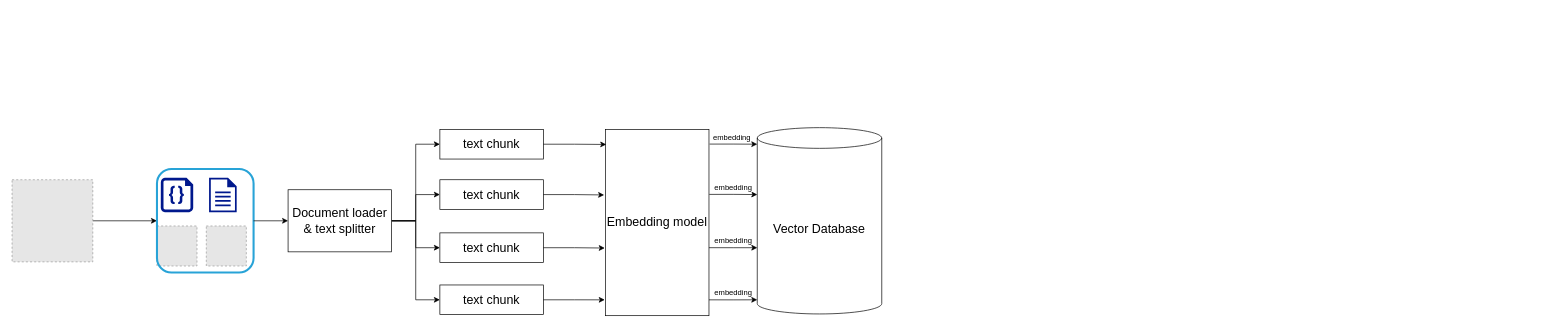
The draw.io diagram RAG_workflow.drawio in yzhan-met/yzhan-ml-docs, before the edit. Source tidied: cells renumbered, new cells numbered last; positions are measured from the earlier drawing's top-left corner, leaving out a move shared by most shapes. Both pictures are drawn from the tidied source at 69%, with x=0, y=0 at pixel (12, 128). Pictures stored in the file or linked from it are replaced by grey dashed boxes.
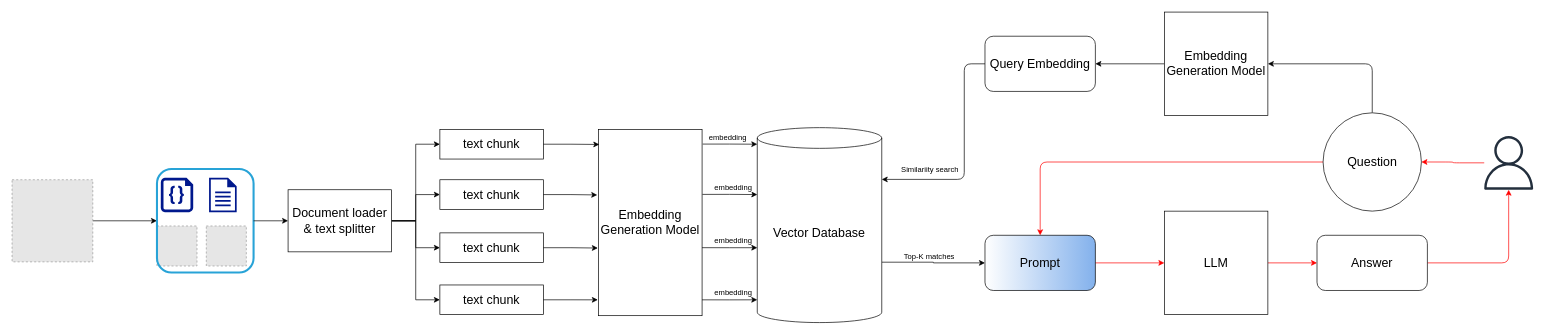
The same diagram, later.

What changed in the source:
```diff
@@
-    <mxCell id="25" value="Embedding model" style="rounded=0;whiteSpace=wrap;html=1;fontSize=18;" parent="1" vertex="1">
-      <mxGeometry x="860" y="2" width="150" height="270" as="geometry" />
+    <mxCell id="25" value="Embedding Generation M&lt;span style=&quot;background-color: initial;&quot;&gt;odel&lt;/span&gt;" style="rounded=0;whiteSpace=wrap;html=1;fontSize=18;" parent="1" vertex="1">
+      <mxGeometry x="850" y="2" width="150" height="270" as="geometry" />
     </mxCell>
@@
+    <mxCell id="34" style="edgeStyle=orthogonalEdgeStyle;rounded=0;jettySize=auto;html=1;entryX=0;entryY=0.5;entryDx=0;entryDy=0;exitX=1;exitY=0;exitDx=0;exitDy=195;exitPerimeter=0;" parent="1" edge="1" source="30" target="51">
+      <mxGeometry relative="1" as="geometry" />
+    </mxCell>
+    <mxCell id="35" value="Top-K matches" style="edgeLabel;html=1;align=center;verticalAlign=middle;" parent="34" vertex="1">
+      <mxGeometry x="-0.43" y="3" relative="1" as="geometry">
+        <mxPoint x="25" y="-6" as="offset" />
+      </mxGeometry>
+    </mxCell>
     <mxCell id="30" value="&lt;font style=&quot;font-size: 18px;&quot;&gt;Vector Database&lt;/font&gt;" style="shape=cylinder3;whiteSpace=wrap;html=1;boundedLbl=1;backgroundOutline=1;size=15;" parent="1" vertex="1">
-      <mxGeometry x="1080" y="-0.5" width="180.4" height="270" as="geometry" />
+      <mxGeometry x="1080" y="-0.5" width="180.4" height="282.5" as="geometry" />
     </mxCell>
@@
+    <mxCell id="36" style="edgeStyle=orthogonalEdgeStyle;rounded=1;jettySize=auto;html=1;entryX=1;entryY=0.5;entryDx=0;entryDy=0;strokeColor=#FF0000;curved=0;" parent="1" edge="1" source="37" target="40">
+      <mxGeometry relative="1" as="geometry" />
+    </mxCell>
+    <mxCell id="37" style="sketch=0;outlineConnect=0;fontColor=#232F3E;gradientColor=none;fillColor=#232F3D;strokeColor=none;dashed=0;verticalLabelPosition=bottom;verticalAlign=top;align=center;html=1;fontSize=12;fontStyle=0;shape=mxgraph.aws4.user;" parent="1" vertex="1">
+      <mxGeometry x="2130" y="11.5" width="78" height="78" as="geometry" />
+    </mxCell>
+    <mxCell id="38" style="edgeStyle=orthogonalEdgeStyle;rounded=1;jettySize=auto;html=1;entryX=1;entryY=0.5;entryDx=0;entryDy=0;curved=0;" parent="1" edge="1" source="40" target="42">
+      <mxGeometry relative="1" as="geometry">
+        <Array as="points">
+          <mxPoint x="1971" y="-93" />
+        </Array>
+      </mxGeometry>
+    </mxCell>
+    <mxCell id="39" style="edgeStyle=orthogonalEdgeStyle;rounded=1;jettySize=auto;html=1;entryX=0.5;entryY=0;entryDx=0;entryDy=0;fillColor=#f8cecc;strokeColor=#FF0000;curved=0;" parent="1" edge="1" source="40" target="51">
+      <mxGeometry relative="1" as="geometry" />
+    </mxCell>
+    <mxCell id="40" value="Question" style="ellipse;whiteSpace=wrap;html=1;fontSize=18;" parent="1" vertex="1">
+      <mxGeometry x="1900" y="-22" width="142.5" height="142.5" as="geometry" />
+    </mxCell>
+    <mxCell id="41" style="edgeStyle=orthogonalEdgeStyle;rounded=0;jettySize=auto;html=1;entryX=1;entryY=0.5;entryDx=0;entryDy=0;" parent="1" edge="1" source="42" target="43">
+      <mxGeometry relative="1" as="geometry" />
+    </mxCell>
+    <mxCell id="42" value="Embedding Generation M&lt;span style=&quot;background-color: initial;&quot;&gt;odel&lt;/span&gt;" style="rounded=0;whiteSpace=wrap;html=1;fontSize=18;" parent="1" vertex="1">
+      <mxGeometry x="1670" y="-168" width="150" height="150" as="geometry" />
+    </mxCell>
+    <mxCell id="43" value="&lt;font style=&quot;font-size: 18px;&quot;&gt;Query Embedding&lt;/font&gt;" style="rounded=1;whiteSpace=wrap;html=1;" parent="1" vertex="1">
+      <mxGeometry x="1410" y="-133" width="160" height="80" as="geometry" />
+    </mxCell>
+    <mxCell id="44" style="edgeStyle=orthogonalEdgeStyle;rounded=1;jettySize=auto;html=1;entryX=1;entryY=0;entryDx=0;entryDy=75;entryPerimeter=0;curved=0;" parent="1" edge="1" source="43" target="30">
+      <mxGeometry relative="1" as="geometry">
+        <Array as="points">
+          <mxPoint x="1380" y="-93" />
+          <mxPoint x="1380" y="75" />
+        </Array>
+      </mxGeometry>
+    </mxCell>
+    <mxCell id="45" value="Similariity search" style="edgeLabel;html=1;align=center;verticalAlign=middle;" parent="44" vertex="1">
+      <mxGeometry x="0.49" y="-3" relative="1" as="geometry">
+        <mxPoint x="-12" y="-12" as="offset" />
+      </mxGeometry>
+    </mxCell>
+    <mxCell id="46" style="edgeStyle=orthogonalEdgeStyle;rounded=0;jettySize=auto;html=1;strokeColor=#FF0000;" parent="1" edge="1" source="47" target="49">
+      <mxGeometry relative="1" as="geometry" />
+    </mxCell>
+    <mxCell id="47" value="LLM" style="rounded=0;whiteSpace=wrap;html=1;fontSize=18;" parent="1" vertex="1">
+      <mxGeometry x="1670" y="120.5" width="150" height="150" as="geometry" />
+    </mxCell>
+    <mxCell id="48" style="edgeStyle=orthogonalEdgeStyle;rounded=1;jettySize=auto;html=1;strokeColor=#FF0000;curved=0;" parent="1" edge="1" source="49" target="37">
+      <mxGeometry relative="1" as="geometry" />
+    </mxCell>
+    <mxCell id="49" value="&lt;font style=&quot;font-size: 18px;&quot;&gt;Answer&lt;/font&gt;" style="rounded=1;whiteSpace=wrap;html=1;" parent="1" vertex="1">
+      <mxGeometry x="1891.2" y="155.5" width="160" height="80" as="geometry" />
+    </mxCell>
+    <mxCell id="50" style="edgeStyle=orthogonalEdgeStyle;rounded=0;jettySize=auto;html=1;strokeColor=#FF0000;" parent="1" edge="1" source="51" target="47">
+      <mxGeometry relative="1" as="geometry" />
+    </mxCell>
+    <mxCell id="51" value="&lt;font style=&quot;font-size: 18px;&quot;&gt;Prompt&lt;/font&gt;" style="rounded=1;whiteSpace=wrap;html=1;shadow=0;textShadow=0;glass=0;gradientColor=#83b1ec;fillColor=default;gradientDirection=east;" parent="1" vertex="1">
+      <mxGeometry x="1410" y="155.5" width="160" height="80" as="geometry" />
+    </mxCell>
```
